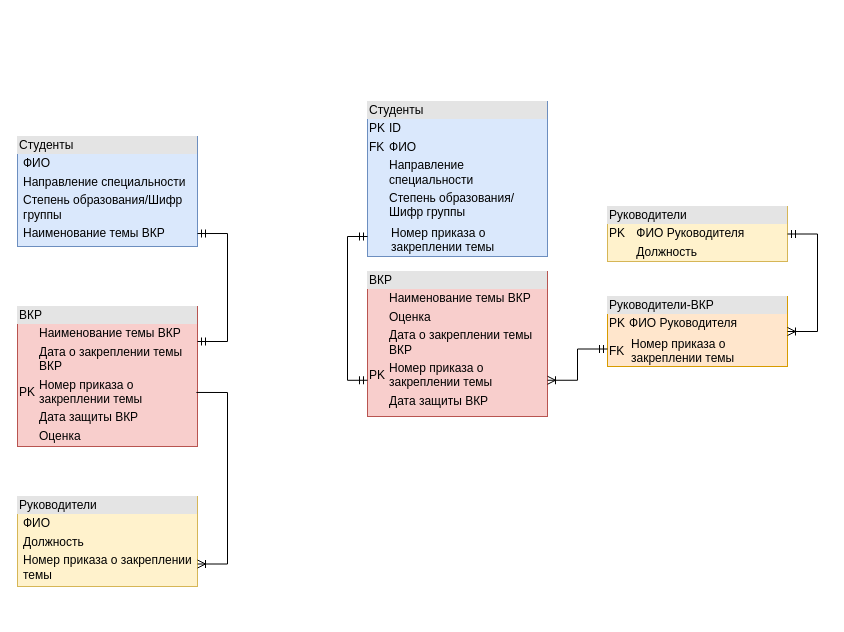
Sandwich9976/API-s keeps this draw.io diagram as Летняя практика 2023.drawio. Above is the earlier version. Source tidied: cells renumbered, new cells numbered last; positions are measured from the earlier drawing's top-left corner, leaving out a move shared by most shapes. Both pictures are drawn from the tidied source at 100%, with x=0, y=0 at pixel (17, 101).
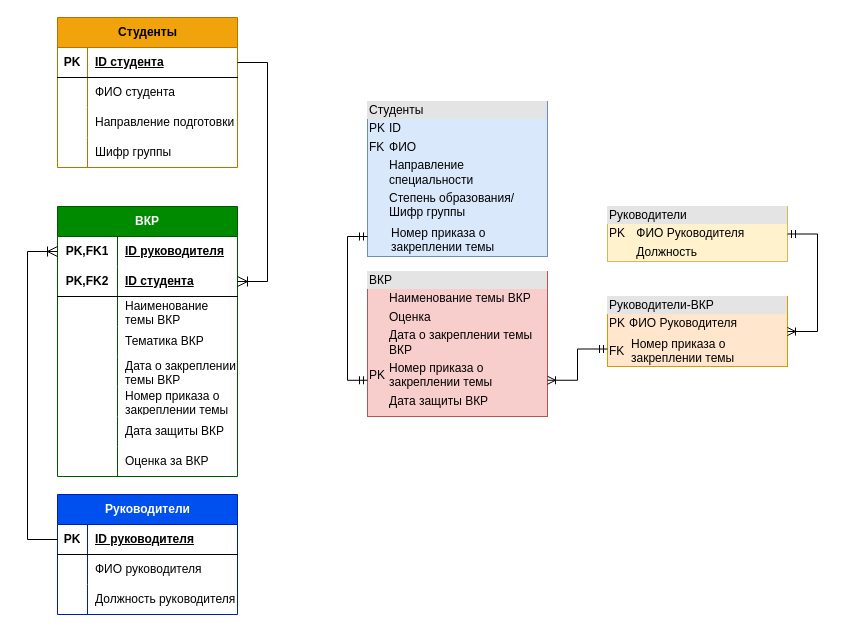
The same page after the edit.

What changed in the source:
```diff
@@
-    <mxCell id="2" value="&lt;div style=&quot;box-sizing:border-box;width:100%;background:#e4e4e4;padding:2px;&quot;&gt;Студенты&lt;/div&gt;&lt;table style=&quot;width:100%;font-size:1em;&quot; cellpadding=&quot;2&quot; cellspacing=&quot;0&quot;&gt;&lt;tbody&gt;&lt;tr&gt;&lt;td&gt;&lt;br&gt;&lt;/td&gt;&lt;td&gt;ФИО&lt;br&gt;&lt;/td&gt;&lt;/tr&gt;&lt;tr&gt;&lt;td&gt;&lt;br&gt;&lt;/td&gt;&lt;td&gt;Направление специальности&lt;br&gt;&lt;/td&gt;&lt;/tr&gt;&lt;tr&gt;&lt;td&gt;&lt;/td&gt;&lt;td&gt;Cтепень образования/Шифр группы&lt;br&gt;&lt;/td&gt;&lt;/tr&gt;&lt;tr&gt;&lt;td&gt;&lt;br&gt;&lt;/td&gt;&lt;td&gt;Наименование темы ВКР&lt;br&gt;&lt;/td&gt;&lt;/tr&gt;&lt;/tbody&gt;&lt;/table&gt;" style="verticalAlign=top;align=left;overflow=fill;html=1;whiteSpace=wrap;fillColor=#dae8fc;strokeColor=#6c8ebf;" parent="1" vertex="1">
-      <mxGeometry y="35" width="180" height="110" as="geometry" />
-    </mxCell>
-    <mxCell id="3" value="&lt;div style=&quot;box-sizing:border-box;width:100%;background:#e4e4e4;padding:2px;&quot;&gt;Руководители&lt;/div&gt;&lt;table style=&quot;width:100%;font-size:1em;&quot; cellpadding=&quot;2&quot; cellspacing=&quot;0&quot;&gt;&lt;tbody&gt;&lt;tr&gt;&lt;td&gt;&lt;br&gt;&lt;/td&gt;&lt;td&gt;ФИО&lt;br&gt;&lt;/td&gt;&lt;/tr&gt;&lt;tr&gt;&lt;td&gt;&lt;br&gt;&lt;/td&gt;&lt;td&gt;Должность&lt;br&gt;&lt;/td&gt;&lt;/tr&gt;&lt;tr&gt;&lt;td&gt;&lt;/td&gt;&lt;td&gt;Номер приказа о закреплении темы&lt;br&gt;&lt;/td&gt;&lt;/tr&gt;&lt;/tbody&gt;&lt;/table&gt;" style="verticalAlign=top;align=left;overflow=fill;html=1;whiteSpace=wrap;fillColor=#fff2cc;strokeColor=#d6b656;" parent="1" vertex="1">
-      <mxGeometry y="395" width="180" height="90" as="geometry" />
-    </mxCell>
-    <mxCell id="4" value="&lt;div style=&quot;box-sizing:border-box;width:100%;background:#e4e4e4;padding:2px;&quot;&gt;ВКР&lt;br&gt;&lt;/div&gt;&lt;table style=&quot;width:100%;font-size:1em;&quot; cellpadding=&quot;2&quot; cellspacing=&quot;0&quot;&gt;&lt;tbody&gt;&lt;tr&gt;&lt;td&gt;&lt;br&gt;&lt;/td&gt;&lt;td&gt;Наименование темы ВКР&lt;br&gt;&lt;/td&gt;&lt;/tr&gt;&lt;tr&gt;&lt;td&gt;&lt;br&gt;&lt;/td&gt;&lt;td&gt;Дата о закреплении темы ВКР&lt;br&gt;&lt;/td&gt;&lt;/tr&gt;&lt;tr&gt;&lt;td&gt;PK&lt;br&gt;&lt;/td&gt;&lt;td&gt;Номер приказа о закреплении темы&lt;/td&gt;&lt;/tr&gt;&lt;tr&gt;&lt;td&gt;&lt;br&gt;&lt;/td&gt;&lt;td&gt;Дата защиты ВКР&lt;br&gt;&lt;/td&gt;&lt;/tr&gt;&lt;tr&gt;&lt;td&gt;&lt;br&gt;&lt;/td&gt;&lt;td&gt;Оценка&lt;br&gt;&lt;/td&gt;&lt;/tr&gt;&lt;/tbody&gt;&lt;/table&gt;" style="verticalAlign=top;align=left;overflow=fill;html=1;whiteSpace=wrap;fillColor=#f8cecc;strokeColor=#b85450;" parent="1" vertex="1">
-      <mxGeometry y="205" width="180" height="140" as="geometry" />
-    </mxCell>
-    <mxCell id="5" style="fontSize=12;html=1;endArrow=ERoneToMany;rounded=0;entryX=1;entryY=0.75;entryDx=0;entryDy=0;exitX=0.994;exitY=0.614;exitDx=0;exitDy=0;exitPerimeter=0;edgeStyle=orthogonalEdgeStyle;" parent="1" edge="1" source="4" target="3">
-      <mxGeometry relative="1" as="geometry">
-        <Array as="points">
-          <mxPoint x="210" y="291" />
-          <mxPoint x="210" y="463" />
-        </Array>
-      </mxGeometry>
-    </mxCell>
@@
-    <mxCell id="12" style="edgeStyle=entityRelationEdgeStyle;fontSize=12;html=1;endArrow=ERmandOne;startArrow=ERmandOne;rounded=0;entryX=1;entryY=0.882;entryDx=0;entryDy=0;exitX=1;exitY=0.25;exitDx=0;exitDy=0;entryPerimeter=0;" parent="1" edge="1" source="4" target="2">
-      <mxGeometry relative="1" as="geometry">
-        <Array as="points">
-          <mxPoint x="190" y="155" />
-        </Array>
-      </mxGeometry>
-    </mxCell>
@@
+    <mxCell id="14" value="Студенты" style="shape=table;startSize=30;childLayout=tableLayout;rowLines=0;fontStyle=1;align=center;html=1;fillColor=#f0a30a;strokeColor=#BD7000;fontColor=#000000;" parent="1" vertex="1">
+      <mxGeometry x="40" y="-84" width="180" height="150" as="geometry" />
+    </mxCell>
+    <mxCell id="15" style="shape=tableRow;horizontal=0;startSize=0;swimlaneHead=0;swimlaneBody=0;fillColor=none;points=[[0,0.5],[1,0.5]];portConstraint=eastwest;top=0;left=0;right=0;bottom=1;" parent="14" vertex="1">
+      <mxGeometry y="30" width="180" height="30" as="geometry" />
+    </mxCell>
+    <mxCell id="16" value="PK" style="shape=partialRectangle;fillColor=none;top=0;left=0;bottom=0;right=0;fontStyle=1;overflow=hidden;whiteSpace=wrap;html=1;" parent="15" vertex="1">
+      <mxGeometry width="30" height="30" as="geometry" />
+    </mxCell>
+    <mxCell id="17" value="ID студента" style="shape=partialRectangle;fillColor=none;top=0;left=0;bottom=0;right=0;align=left;spacingLeft=6;fontStyle=5;overflow=hidden;whiteSpace=wrap;html=1;" parent="15" vertex="1">
+      <mxGeometry x="30" width="150" height="30" as="geometry" />
+    </mxCell>
+    <mxCell id="18" style="shape=tableRow;horizontal=0;startSize=0;swimlaneHead=0;swimlaneBody=0;fillColor=none;top=0;left=0;right=0;bottom=0;" parent="14" vertex="1">
+      <mxGeometry y="60" width="180" height="30" as="geometry" />
+    </mxCell>
+    <mxCell id="19" style="shape=partialRectangle;fillColor=none;top=0;left=0;bottom=0;right=0;overflow=hidden;whiteSpace=wrap;html=1;" parent="18" vertex="1">
+      <mxGeometry width="30" height="30" as="geometry" />
+    </mxCell>
+    <mxCell id="20" value="ФИО студента" style="shape=partialRectangle;fillColor=none;top=0;left=0;bottom=0;right=0;align=left;spacingLeft=6;overflow=hidden;whiteSpace=wrap;html=1;" parent="18" vertex="1">
+      <mxGeometry x="30" width="150" height="30" as="geometry" />
+    </mxCell>
+    <mxCell id="21" style="shape=tableRow;horizontal=0;startSize=0;swimlaneHead=0;swimlaneBody=0;fillColor=none;top=0;left=0;right=0;bottom=0;" parent="14" vertex="1">
+      <mxGeometry y="90" width="180" height="30" as="geometry" />
+    </mxCell>
+    <mxCell id="22" style="shape=partialRectangle;fillColor=none;top=0;left=0;bottom=0;right=0;overflow=hidden;whiteSpace=wrap;html=1;" parent="21" vertex="1">
+      <mxGeometry width="30" height="30" as="geometry" />
+    </mxCell>
+    <mxCell id="23" value="Направление подготовки" style="shape=partialRectangle;fillColor=none;top=0;left=0;bottom=0;right=0;align=left;spacingLeft=6;overflow=hidden;whiteSpace=wrap;html=1;" parent="21" vertex="1">
+      <mxGeometry x="30" width="150" height="30" as="geometry" />
+    </mxCell>
+    <mxCell id="24" style="shape=tableRow;horizontal=0;startSize=0;swimlaneHead=0;swimlaneBody=0;fillColor=none;top=0;left=0;right=0;bottom=0;" parent="14" vertex="1">
+      <mxGeometry y="120" width="180" height="30" as="geometry" />
+    </mxCell>
+    <mxCell id="25" style="shape=partialRectangle;fillColor=none;top=0;left=0;bottom=0;right=0;overflow=hidden;whiteSpace=wrap;html=1;" parent="24" vertex="1">
+      <mxGeometry width="30" height="30" as="geometry" />
+    </mxCell>
+    <mxCell id="26" value="Шифр группы" style="shape=partialRectangle;fillColor=none;top=0;left=0;bottom=0;right=0;align=left;spacingLeft=6;overflow=hidden;whiteSpace=wrap;html=1;" parent="24" vertex="1">
+      <mxGeometry x="30" width="150" height="30" as="geometry" />
+    </mxCell>
+    <mxCell id="27" value="Руководители" style="shape=table;startSize=30;childLayout=tableLayout;rowLines=0;fontStyle=1;align=center;html=1;fillColor=#0050ef;strokeColor=#001DBC;fontColor=#ffffff;" parent="1" vertex="1">
+      <mxGeometry x="40" y="393" width="180" height="120" as="geometry" />
+    </mxCell>
+    <mxCell id="28" style="shape=tableRow;horizontal=0;startSize=0;swimlaneHead=0;swimlaneBody=0;fillColor=none;points=[[0,0.5],[1,0.5]];portConstraint=eastwest;top=0;left=0;right=0;bottom=1;" parent="27" vertex="1">
+      <mxGeometry y="30" width="180" height="30" as="geometry" />
+    </mxCell>
+    <mxCell id="29" value="PK" style="shape=partialRectangle;fillColor=none;top=0;left=0;bottom=0;right=0;fontStyle=1;overflow=hidden;whiteSpace=wrap;html=1;" parent="28" vertex="1">
+      <mxGeometry width="30" height="30" as="geometry" />
+    </mxCell>
+    <mxCell id="30" value="ID руководителя" style="shape=partialRectangle;fillColor=none;top=0;left=0;bottom=0;right=0;align=left;spacingLeft=6;fontStyle=5;overflow=hidden;whiteSpace=wrap;html=1;" parent="28" vertex="1">
+      <mxGeometry x="30" width="150" height="30" as="geometry" />
+    </mxCell>
+    <mxCell id="31" style="shape=tableRow;horizontal=0;startSize=0;swimlaneHead=0;swimlaneBody=0;fillColor=none;top=0;left=0;right=0;bottom=0;" parent="27" vertex="1">
+      <mxGeometry y="60" width="180" height="30" as="geometry" />
+    </mxCell>
+    <mxCell id="32" style="shape=partialRectangle;fillColor=none;top=0;left=0;bottom=0;right=0;overflow=hidden;whiteSpace=wrap;html=1;" parent="31" vertex="1">
+      <mxGeometry width="30" height="30" as="geometry" />
+    </mxCell>
+    <mxCell id="33" value="ФИО руководителя" style="shape=partialRectangle;fillColor=none;top=0;left=0;bottom=0;right=0;align=left;spacingLeft=6;overflow=hidden;whiteSpace=wrap;html=1;" parent="31" vertex="1">
+      <mxGeometry x="30" width="150" height="30" as="geometry" />
+    </mxCell>
+    <mxCell id="34" style="shape=tableRow;horizontal=0;startSize=0;swimlaneHead=0;swimlaneBody=0;fillColor=none;top=0;left=0;right=0;bottom=0;" parent="27" vertex="1">
+      <mxGeometry y="90" width="180" height="30" as="geometry" />
+    </mxCell>
+    <mxCell id="35" style="shape=partialRectangle;fillColor=none;top=0;left=0;bottom=0;right=0;overflow=hidden;whiteSpace=wrap;html=1;" parent="34" vertex="1">
+      <mxGeometry width="30" height="30" as="geometry" />
+    </mxCell>
+    <mxCell id="36" value="Должность руководителя" style="shape=partialRectangle;fillColor=none;top=0;left=0;bottom=0;right=0;align=left;spacingLeft=6;overflow=hidden;whiteSpace=wrap;html=1;" parent="34" vertex="1">
+      <mxGeometry x="30" width="150" height="30" as="geometry" />
+    </mxCell>
+    <mxCell id="37" value="ВКР" style="shape=table;startSize=30;childLayout=tableLayout;rowLines=0;fontStyle=1;align=center;html=1;whiteSpace=wrap;fillColor=#008a00;fontColor=#ffffff;strokeColor=#005700;" parent="1" vertex="1">
+      <mxGeometry x="40" y="105" width="180" height="270" as="geometry" />
+    </mxCell>
+    <mxCell id="38" style="shape=tableRow;horizontal=0;startSize=0;swimlaneHead=0;swimlaneBody=0;fillColor=none;points=[[0,0.5],[1,0.5]];portConstraint=eastwest;top=0;left=0;right=0;bottom=0;html=1;" parent="37" vertex="1">
+      <mxGeometry y="30" width="180" height="30" as="geometry" />
+    </mxCell>
+    <mxCell id="39" value="PK,FK1" style="shape=partialRectangle;fillColor=none;top=0;left=0;bottom=0;right=0;fontStyle=1;overflow=hidden;html=1;whiteSpace=wrap;" parent="38" vertex="1">
+      <mxGeometry width="60" height="30" as="geometry" />
+    </mxCell>
+    <mxCell id="40" value="ID руководителя" style="shape=partialRectangle;fillColor=none;top=0;left=0;bottom=0;right=0;align=left;spacingLeft=6;fontStyle=5;overflow=hidden;html=1;whiteSpace=wrap;" parent="38" vertex="1">
+      <mxGeometry x="60" width="120" height="30" as="geometry" />
+    </mxCell>
+    <mxCell id="41" style="shape=tableRow;horizontal=0;startSize=0;swimlaneHead=0;swimlaneBody=0;fillColor=none;points=[[0,0.5],[1,0.5]];portConstraint=eastwest;top=0;left=0;right=0;bottom=1;html=1;" parent="37" vertex="1">
+      <mxGeometry y="60" width="180" height="30" as="geometry" />
+    </mxCell>
+    <mxCell id="42" value="PK,FK2" style="shape=partialRectangle;fillColor=none;top=0;left=0;bottom=0;right=0;fontStyle=1;overflow=hidden;html=1;whiteSpace=wrap;" parent="41" vertex="1">
+      <mxGeometry width="60" height="30" as="geometry" />
+    </mxCell>
+    <mxCell id="43" value="ID студента" style="shape=partialRectangle;fillColor=none;top=0;left=0;bottom=0;right=0;align=left;spacingLeft=6;fontStyle=5;overflow=hidden;html=1;whiteSpace=wrap;" parent="41" vertex="1">
+      <mxGeometry x="60" width="120" height="30" as="geometry" />
+    </mxCell>
+    <mxCell id="44" style="shape=tableRow;horizontal=0;startSize=0;swimlaneHead=0;swimlaneBody=0;fillColor=none;top=0;left=0;right=0;bottom=0;html=1;" parent="37" vertex="1">
+      <mxGeometry y="90" width="180" height="30" as="geometry" />
+    </mxCell>
+    <mxCell id="45" style="shape=partialRectangle;fillColor=none;top=0;left=0;bottom=0;right=0;overflow=hidden;html=1;whiteSpace=wrap;" parent="44" vertex="1">
+      <mxGeometry width="60" height="30" as="geometry" />
+    </mxCell>
+    <mxCell id="46" value="Наименование темы ВКР" style="shape=partialRectangle;fillColor=none;top=0;left=0;bottom=0;right=0;align=left;spacingLeft=6;overflow=hidden;html=1;whiteSpace=wrap;" parent="44" vertex="1">
+      <mxGeometry x="60" width="120" height="30" as="geometry" />
+    </mxCell>
+    <mxCell id="47" style="shape=tableRow;horizontal=0;startSize=0;swimlaneHead=0;swimlaneBody=0;fillColor=none;top=0;left=0;right=0;bottom=0;html=1;" parent="37" vertex="1">
+      <mxGeometry y="120" width="180" height="30" as="geometry" />
+    </mxCell>
+    <mxCell id="48" style="shape=partialRectangle;fillColor=none;top=0;left=0;bottom=0;right=0;overflow=hidden;html=1;whiteSpace=wrap;" parent="47" vertex="1">
+      <mxGeometry width="60" height="30" as="geometry" />
+    </mxCell>
+    <mxCell id="49" value="Тематика ВКР" style="shape=partialRectangle;fillColor=none;top=0;left=0;bottom=0;right=0;align=left;spacingLeft=6;overflow=hidden;html=1;whiteSpace=wrap;" parent="47" vertex="1">
+      <mxGeometry x="60" width="120" height="30" as="geometry" />
+    </mxCell>
+    <mxCell id="50" style="shape=tableRow;horizontal=0;startSize=0;swimlaneHead=0;swimlaneBody=0;fillColor=none;top=0;left=0;right=0;bottom=0;html=1;" parent="37" vertex="1">
+      <mxGeometry y="150" width="180" height="30" as="geometry" />
+    </mxCell>
+    <mxCell id="51" style="shape=partialRectangle;fillColor=none;top=0;left=0;bottom=0;right=0;overflow=hidden;html=1;whiteSpace=wrap;" parent="50" vertex="1">
+      <mxGeometry width="60" height="30" as="geometry" />
+    </mxCell>
+    <mxCell id="52" value="Дата о закреплении темы ВКР" style="shape=partialRectangle;fillColor=none;top=0;left=0;bottom=0;right=0;align=left;spacingLeft=6;overflow=hidden;html=1;whiteSpace=wrap;" parent="50" vertex="1">
+      <mxGeometry x="60" width="120" height="30" as="geometry" />
+    </mxCell>
+    <mxCell id="53" style="shape=tableRow;horizontal=0;startSize=0;swimlaneHead=0;swimlaneBody=0;fillColor=none;top=0;left=0;right=0;bottom=0;html=1;" parent="37" vertex="1">
+      <mxGeometry y="180" width="180" height="30" as="geometry" />
+    </mxCell>
+    <mxCell id="54" style="shape=partialRectangle;fillColor=none;top=0;left=0;bottom=0;right=0;overflow=hidden;html=1;whiteSpace=wrap;" parent="53" vertex="1">
+      <mxGeometry width="60" height="30" as="geometry" />
+    </mxCell>
+    <mxCell id="55" value="Номер приказа о закреплении темы" style="shape=partialRectangle;fillColor=none;top=0;left=0;bottom=0;right=0;align=left;spacingLeft=6;overflow=hidden;html=1;whiteSpace=wrap;" parent="53" vertex="1">
+      <mxGeometry x="60" width="120" height="30" as="geometry" />
+    </mxCell>
+    <mxCell id="56" style="shape=tableRow;horizontal=0;startSize=0;swimlaneHead=0;swimlaneBody=0;fillColor=none;top=0;left=0;right=0;bottom=0;html=1;" parent="37" vertex="1">
+      <mxGeometry y="210" width="180" height="30" as="geometry" />
+    </mxCell>
+    <mxCell id="57" style="shape=partialRectangle;fillColor=none;top=0;left=0;bottom=0;right=0;overflow=hidden;html=1;whiteSpace=wrap;" parent="56" vertex="1">
+      <mxGeometry width="60" height="30" as="geometry" />
+    </mxCell>
+    <mxCell id="58" value="Дата защиты ВКР" style="shape=partialRectangle;fillColor=none;top=0;left=0;bottom=0;right=0;align=left;spacingLeft=6;overflow=hidden;html=1;whiteSpace=wrap;" parent="56" vertex="1">
+      <mxGeometry x="60" width="120" height="30" as="geometry" />
+    </mxCell>
+    <mxCell id="59" style="shape=tableRow;horizontal=0;startSize=0;swimlaneHead=0;swimlaneBody=0;fillColor=none;top=0;left=0;right=0;bottom=0;html=1;" parent="37" vertex="1">
+      <mxGeometry y="240" width="180" height="30" as="geometry" />
+    </mxCell>
+    <mxCell id="60" style="shape=partialRectangle;fillColor=none;top=0;left=0;bottom=0;right=0;overflow=hidden;html=1;whiteSpace=wrap;" parent="59" vertex="1">
+      <mxGeometry width="60" height="30" as="geometry" />
+    </mxCell>
+    <mxCell id="61" value="Оценка за ВКР" style="shape=partialRectangle;fillColor=none;top=0;left=0;bottom=0;right=0;align=left;spacingLeft=6;overflow=hidden;html=1;whiteSpace=wrap;" parent="59" vertex="1">
+      <mxGeometry x="60" width="120" height="30" as="geometry" />
+    </mxCell>
+    <mxCell id="62" style="edgeStyle=orthogonalEdgeStyle;fontSize=12;html=1;endArrow=ERoneToMany;rounded=0;startSize=8;endSize=8;entryX=0;entryY=0.5;entryDx=0;entryDy=0;exitX=0;exitY=0.5;exitDx=0;exitDy=0;" parent="1" edge="1" source="28" target="38">
+      <mxGeometry relative="1" as="geometry">
+        <Array as="points">
+          <mxPoint x="10" y="438" />
+          <mxPoint x="10" y="150" />
+        </Array>
+      </mxGeometry>
+    </mxCell>
+    <mxCell id="63" style="fontSize=12;html=1;endArrow=ERoneToMany;rounded=0;startSize=8;endSize=8;exitX=1;exitY=0.5;exitDx=0;exitDy=0;entryX=1;entryY=0.5;entryDx=0;entryDy=0;edgeStyle=orthogonalEdgeStyle;" parent="1" edge="1" source="15" target="41">
+      <mxGeometry relative="1" as="geometry">
+        <Array as="points">
+          <mxPoint x="250" y="-39" />
+          <mxPoint x="250" y="180" />
+        </Array>
+      </mxGeometry>
+    </mxCell>
```
